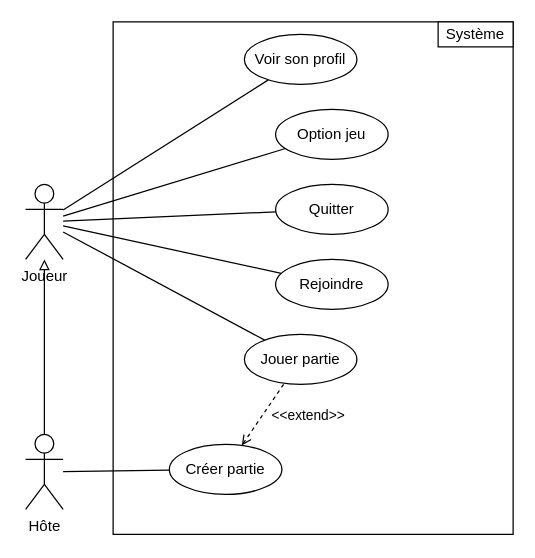
The draw.io diagram Diagrammes/Diagramme sans nom.drawio in Igniiis/projet_splendor, before the edit. Source tidied: cells renumbered, new cells numbered last; positions are measured from the earlier drawing's top-left corner, leaving out a move shared by most shapes. Both pictures are drawn from the tidied source at 125%, with x=0, y=0 at pixel (25, 21).
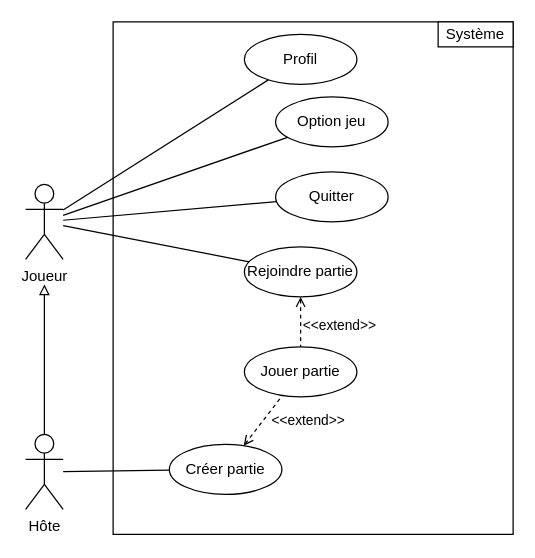
After the change.

Commit message (it also covers changes not shown here):
Mettre à jour Diagramme sans nom.drawio

Unchanged cells that the change refers to:
```xml
<mxCell id="3" value="Joueur" style="shape=umlActor;verticalLabelPosition=bottom;verticalAlign=top;html=1;outlineConnect=0;" parent="1" vertex="1">
  <mxGeometry y="130" width="30" height="60" as="geometry" />
</mxCell>
<mxCell id="4" value="Hôte" style="shape=umlActor;verticalLabelPosition=bottom;verticalAlign=top;html=1;outlineConnect=0;" parent="1" vertex="1">
  <mxGeometry y="330" width="30" height="60" as="geometry" />
</mxCell>
```

Change to the diagram source:
```diff
@@
-    <mxCell id="5" value="Voir son profil" style="ellipse;whiteSpace=wrap;html=1;" parent="1" vertex="1">
+    <mxCell id="5" value="Profil" style="ellipse;whiteSpace=wrap;html=1;" parent="1" vertex="1">
       <mxGeometry x="175" y="10" width="90" height="40" as="geometry" />
     </mxCell>
@@
-    <mxCell id="7" value="Rejoindre" style="ellipse;whiteSpace=wrap;html=1;" parent="1" vertex="1">
-      <mxGeometry x="200" y="190" width="90" height="40" as="geometry" />
+    <mxCell id="7" value="Rejoindre partie" style="ellipse;whiteSpace=wrap;html=1;" parent="1" vertex="1">
+      <mxGeometry x="175" y="180" width="90" height="40" as="geometry" />
     </mxCell>
     <mxCell id="8" value="Quitter" style="ellipse;whiteSpace=wrap;html=1;" parent="1" vertex="1">
-      <mxGeometry x="200" y="130" width="90" height="40" as="geometry" />
+      <mxGeometry x="200" y="120" width="90" height="40" as="geometry" />
     </mxCell>
     <mxCell id="9" value="Option jeu" style="ellipse;whiteSpace=wrap;html=1;" parent="1" vertex="1">
-      <mxGeometry x="200" y="70" width="90" height="40" as="geometry" />
+      <mxGeometry x="200" y="60" width="90" height="40" as="geometry" />
     </mxCell>
     <mxCell id="10" value="Jouer partie" style="ellipse;whiteSpace=wrap;html=1;" parent="1" vertex="1">
-      <mxGeometry x="175" y="250" width="90" height="40" as="geometry" />
+      <mxGeometry x="175" y="260" width="90" height="40" as="geometry" />
     </mxCell>
@@
-    <mxCell id="12" style="endArrow=none;html=1;rounded=0;" parent="1" edge="1" source="3" target="10">
+    <mxCell id="12" style="endArrow=none;html=1;rounded=0;dashed=1;startArrow=open;startFill=0;" parent="1" edge="1" source="7" target="10">
       <mxGeometry relative="1" as="geometry" />
     </mxCell>
+    <mxCell id="21" value="&amp;lt;&amp;lt;extend&amp;gt;&amp;gt;" style="edgeLabel;html=1;align=center;verticalAlign=middle;" parent="12" vertex="1">
+      <mxGeometry x="0.09" relative="1" as="geometry">
+        <mxPoint x="30" as="offset" />
+      </mxGeometry>
+    </mxCell>
-    <mxCell id="13" style="endArrow=none;html=1;rounded=0;startArrow=block;startFill=0;" parent="1" edge="1" source="3" target="4">
-      <mxGeometry relative="1" as="geometry" />
+    <mxCell id="13" style="endArrow=none;html=1;rounded=0;startArrow=block;startFill=0;" parent="1" edge="1" target="4">
+      <mxGeometry relative="1" as="geometry">
+        <mxPoint x="15" y="210" as="sourcePoint" />
+      </mxGeometry>
     </mxCell>
```
